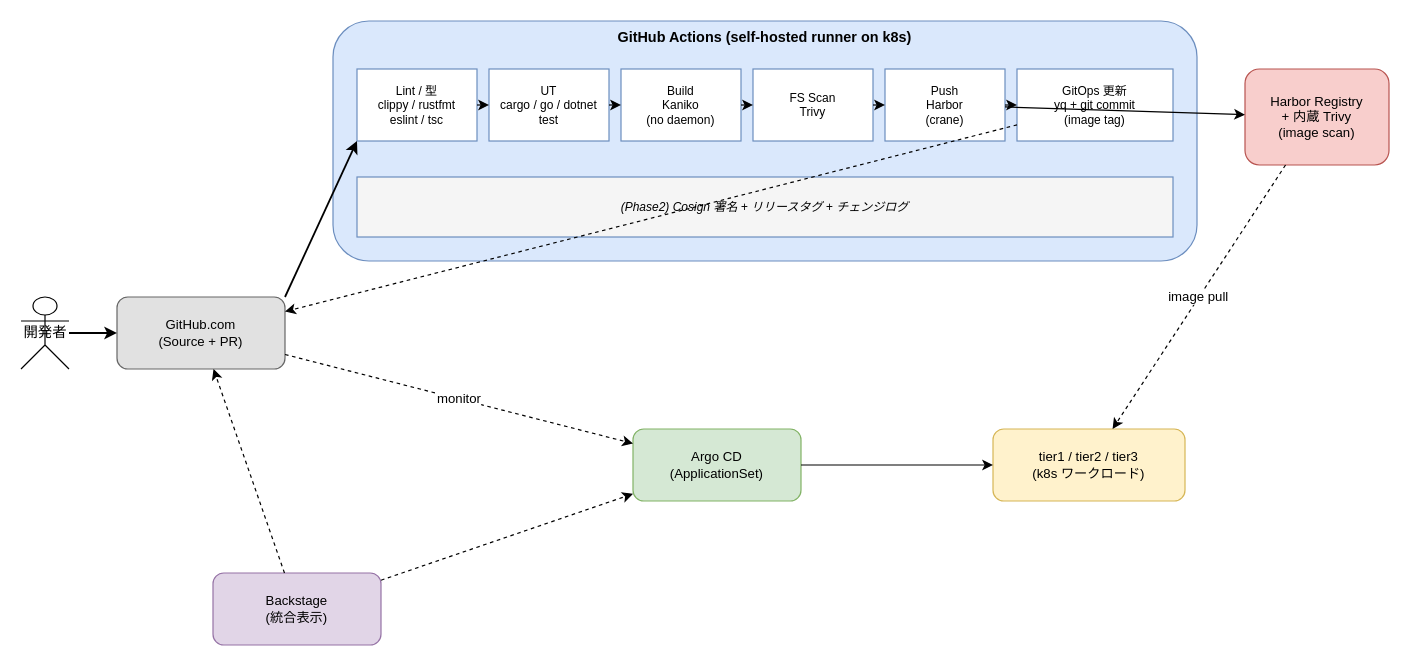
Before: docs/02_構想設計/04_CICDと配信/img/CICDフロー.drawio in RyuheiKiso/k1s0, a draw.io diagram. Source tidied: cells renumbered, new cells numbered last; positions are measured from the earlier drawing's top-left corner, leaving out a move shared by most shapes. Both pictures are drawn from the tidied source at 120%, with x=0, y=0 at pixel (20, 20).
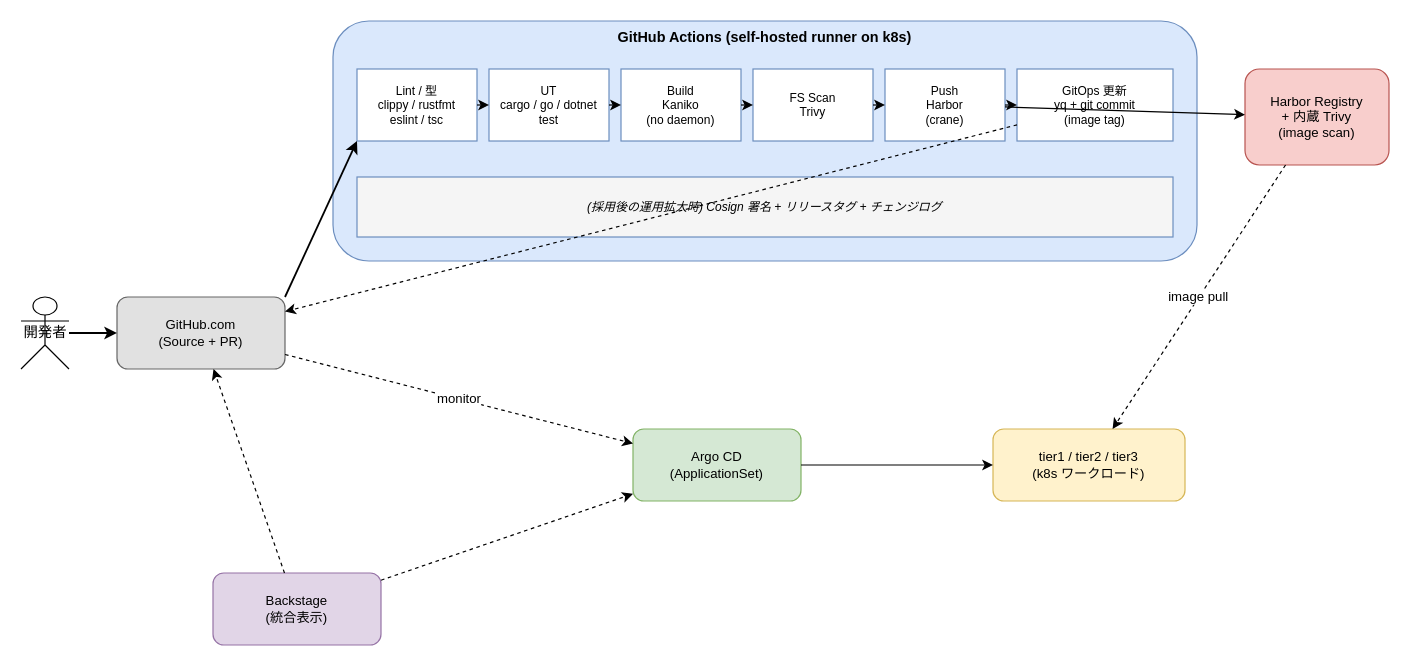
After the change.

What changed in the source:
```diff
@@
-    <mxCell id="11" value="(Phase2) Cosign 署名 + リリースタグ + チェンジログ" style="rounded=0;whiteSpace=wrap;html=1;fillColor=#f5f5f5;strokeColor=#6c8ebf;fontSize=10;fontStyle=2;" parent="1" vertex="1">
+    <mxCell id="11" value="(採用後の運用拡大時) Cosign 署名 + リリースタグ + チェンジログ" style="rounded=0;whiteSpace=wrap;html=1;fillColor=#f5f5f5;strokeColor=#6c8ebf;fontSize=10;fontStyle=2;" parent="1" vertex="1">
       <mxGeometry x="280" y="130" width="680" height="50" as="geometry" />
     </mxCell>
```
